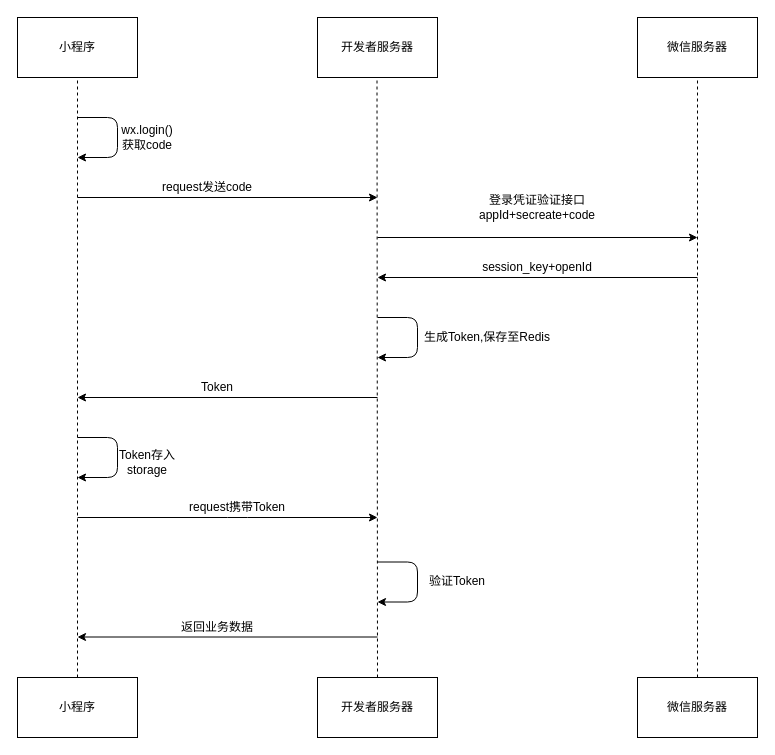
Above: 用户登录时序图.drawio in geoffrey-h/code (draw.io), before the change. Source tidied: cells renumbered, new cells numbered last; positions are measured from the earlier drawing's top-left corner, leaving out a move shared by most shapes. Both pictures are drawn from the tidied source at 100%, with x=0, y=0 at pixel (17, 17).
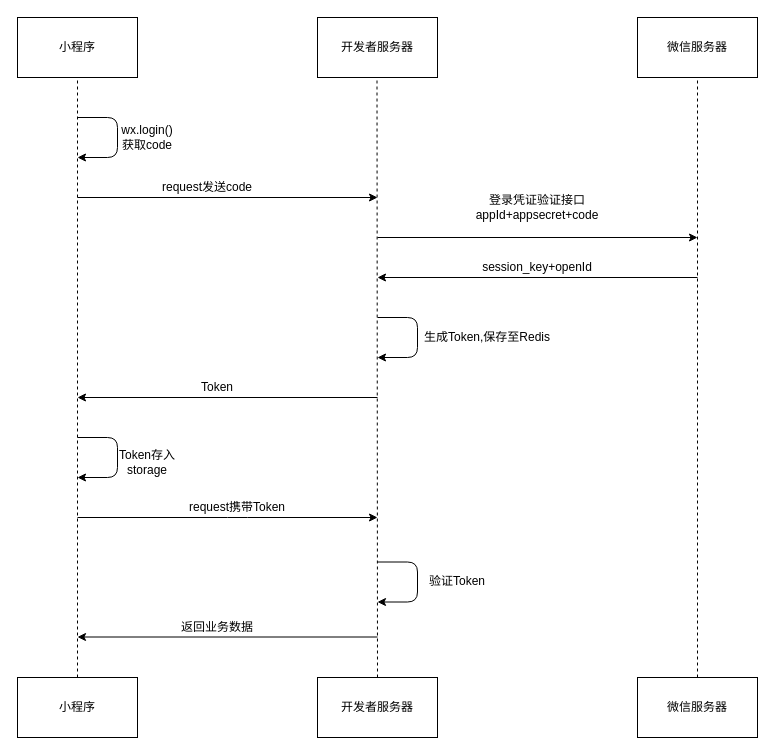
The same page after the edit.

Commit message:
更新用户登录时序图.drawio

Change to the diagram source:
```diff
@@
-    <mxCell id="18" value="登录凭证验证接口&lt;br&gt;appId+secreate+code&lt;br&gt;" style="text;html=1;strokeColor=none;fillColor=none;align=center;verticalAlign=middle;whiteSpace=wrap;rounded=0;" parent="1" vertex="1">
+    <mxCell id="18" value="登录凭证验证接口&lt;br&gt;appId+appsecret+code&lt;br&gt;" style="text;html=1;strokeColor=none;fillColor=none;align=center;verticalAlign=middle;whiteSpace=wrap;rounded=0;" parent="1" vertex="1">
       <mxGeometry x="460" y="170" width="120" height="40" as="geometry" />
     </mxCell>
```
